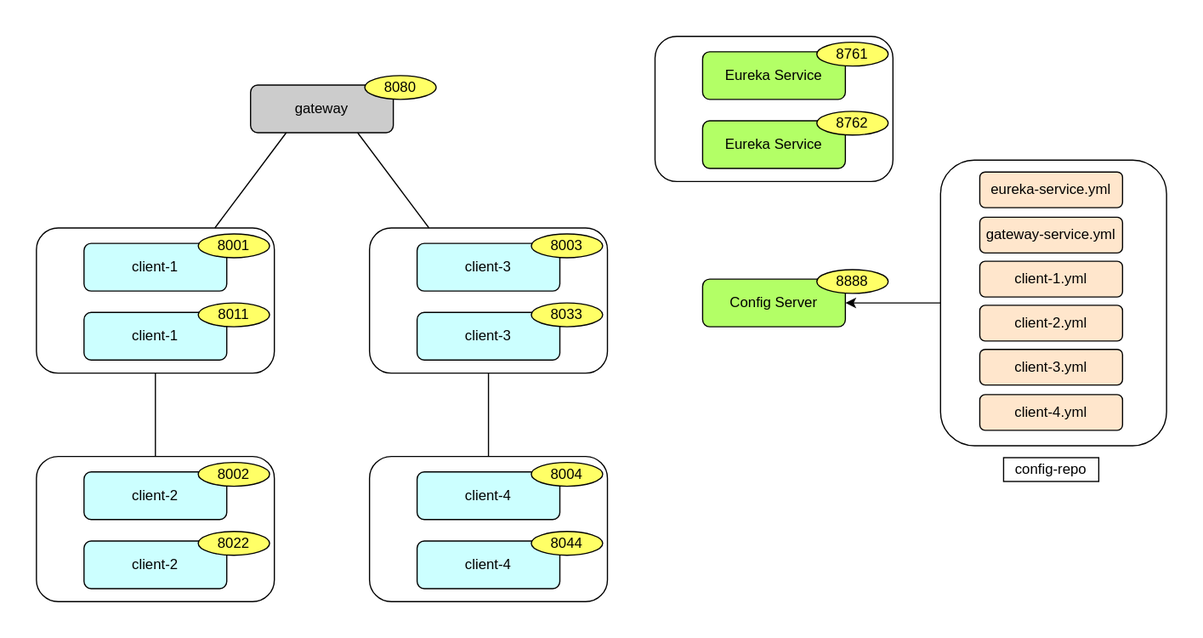
Before: microservice.drawio.svg, a diagram exported from draw.io (masakiii03/microservice-sample). Source tidied: cells renumbered, new cells last; positions are measured from the earlier drawing's top-left corner, leaving out a move shared by most shapes.
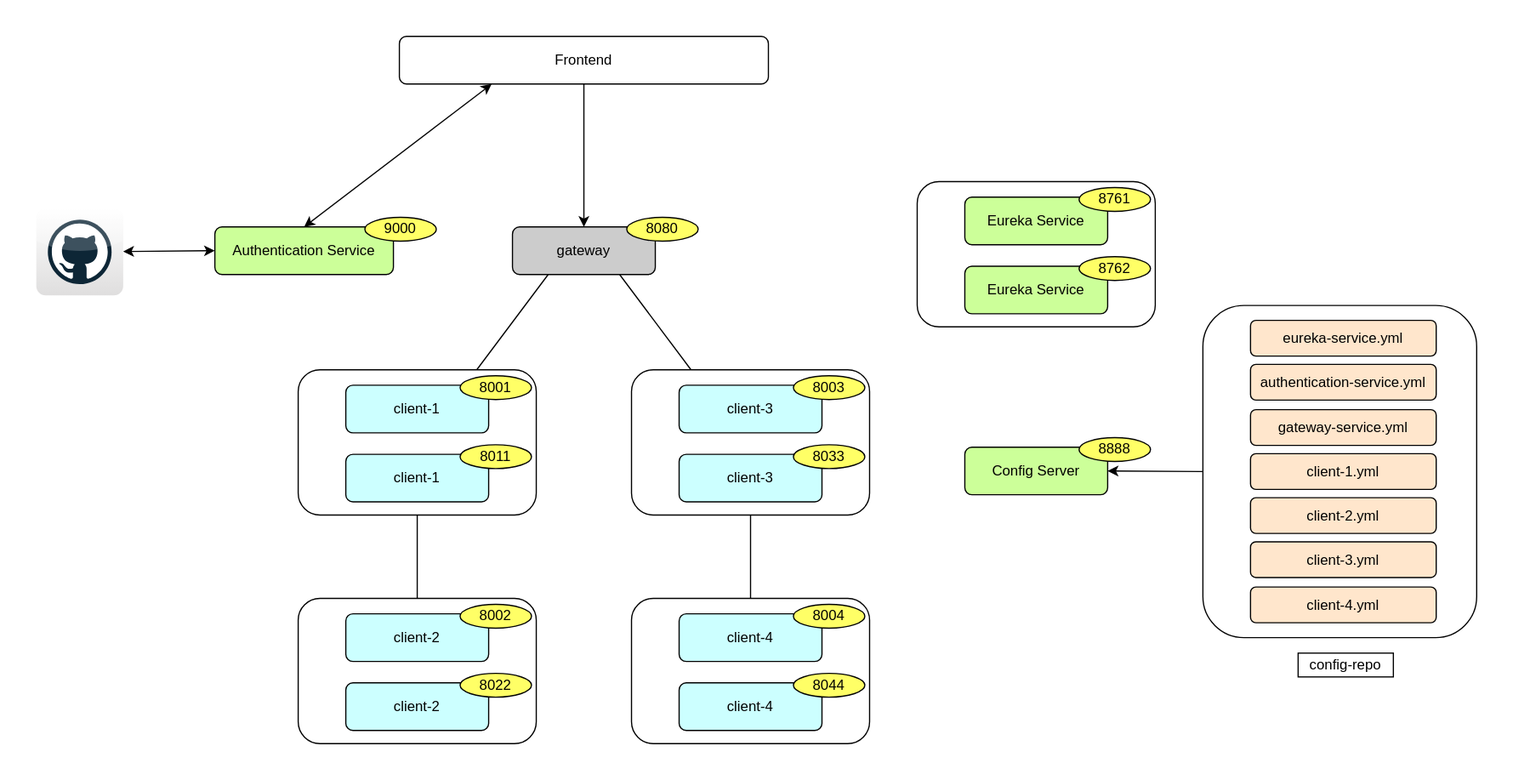
Later version of the same file.

The edit, as a diff of the source:
```diff
@@ -9,19 +9,19 @@
       <mxGeometry x="276" y="33" width="60" height="20" as="geometry" />
     </mxCell>
     <mxCell id="4" style="rounded=1;whiteSpace=wrap;html=1;fillColor=#FFFFFF;" parent="1" vertex="1">
-      <mxGeometry x="520" width="200" height="122" as="geometry" />
+      <mxGeometry x="520" y="3" width="200" height="122" as="geometry" />
     </mxCell>
-    <mxCell id="5" value="Eureka Service" style="rounded=1;whiteSpace=wrap;html=1;fillColor=#B3FF66;" parent="1" vertex="1">
-      <mxGeometry x="560" y="13" width="120" height="40" as="geometry" />
+    <mxCell id="5" value="Eureka Service" style="rounded=1;whiteSpace=wrap;html=1;fillColor=#CCFF99;" parent="1" vertex="1">
+      <mxGeometry x="560" y="16" width="120" height="40" as="geometry" />
     </mxCell>
     <mxCell id="6" value="8761" style="ellipse;whiteSpace=wrap;html=1;fillColor=#FFFF66;" parent="1" vertex="1">
-      <mxGeometry x="656" y="5" width="60" height="20" as="geometry" />
+      <mxGeometry x="656" y="8" width="60" height="20" as="geometry" />
     </mxCell>
-    <mxCell id="7" value="Eureka Service" style="rounded=1;whiteSpace=wrap;html=1;fillColor=#B3FF66;" parent="1" vertex="1">
-      <mxGeometry x="560" y="71" width="120" height="40" as="geometry" />
+    <mxCell id="7" value="Eureka Service" style="rounded=1;whiteSpace=wrap;html=1;fillColor=#CCFF99;" parent="1" vertex="1">
+      <mxGeometry x="560" y="74" width="120" height="40" as="geometry" />
     </mxCell>
     <mxCell id="8" value="8762" style="ellipse;whiteSpace=wrap;html=1;fillColor=#FFFF66;" parent="1" vertex="1">
-      <mxGeometry x="656" y="63" width="60" height="20" as="geometry" />
+      <mxGeometry x="656" y="66" width="60" height="20" as="geometry" />
     </mxCell>
     <mxCell id="9" style="rounded=1;whiteSpace=wrap;html=1;fillColor=#FFFFFF;" parent="1" vertex="1">
       <mxGeometry y="161" width="200" height="122" as="geometry" />
@@ -95,38 +95,62 @@
     <mxCell id="32" style="endArrow=none;html=1;rounded=0;entryX=0.5;entryY=0;entryDx=0;entryDy=0;exitX=0.5;exitY=1;exitDx=0;exitDy=0;" parent="1" edge="1" source="14" target="26">
       <mxGeometry relative="1" as="geometry" />
     </mxCell>
-    <mxCell id="33" value="Config Server" style="rounded=1;whiteSpace=wrap;html=1;fillColor=#B3FF66;" parent="1" vertex="1">
-      <mxGeometry x="560" y="204" width="120" height="40" as="geometry" />
-    </mxCell>
-    <mxCell id="34" value="8888" style="ellipse;whiteSpace=wrap;html=1;fillColor=#FFFF66;" parent="1" vertex="1">
-      <mxGeometry x="656" y="196" width="60" height="20" as="geometry" />
-    </mxCell>
     <mxCell id="35" value="config-repo" style="rounded=0;whiteSpace=wrap;html=1;" parent="1" vertex="1">
-      <mxGeometry x="813" y="354" width="80" height="20" as="geometry" />
+      <mxGeometry x="840" y="399" width="80" height="20" as="geometry" />
     </mxCell>
     <mxCell id="36" style="endArrow=classic;html=1;rounded=0;exitX=0;exitY=0.5;exitDx=0;exitDy=0;entryX=1;entryY=0.5;entryDx=0;entryDy=0;" parent="1" edge="1" source="37" target="33">
       <mxGeometry relative="1" as="geometry" />
     </mxCell>
     <mxCell id="37" style="rounded=1;whiteSpace=wrap;html=1;fillColor=#FFFFFF;" parent="1" vertex="1">
-      <mxGeometry x="760" y="104" width="190" height="240" as="geometry" />
+      <mxGeometry x="760" y="107" width="230" height="279" as="geometry" />
     </mxCell>
+    <mxCell id="40" value="client-1.yml" style="rounded=1;whiteSpace=wrap;html=1;fillColor=#FFE6CC;" parent="1" vertex="1">
+      <mxGeometry x="800" y="231.5" width="156" height="30" as="geometry" />
+    </mxCell>
+    <mxCell id="39" value="gateway-service.yml" style="rounded=1;whiteSpace=wrap;html=1;fillColor=#FFE6CC;" parent="1" vertex="1">
+      <mxGeometry x="800" y="194.5" width="156" height="30" as="geometry" />
+    </mxCell>
     <mxCell id="38" value="eureka-service.yml" style="rounded=1;whiteSpace=wrap;html=1;fillColor=#FFE6CC;" parent="1" vertex="1">
-      <mxGeometry x="793" y="114" width="120" height="30" as="geometry" />
+      <mxGeometry x="800" y="119.5" width="156" height="30" as="geometry" />
     </mxCell>
-    <mxCell id="39" value="gateway-service.yml" style="rounded=1;whiteSpace=wrap;html=1;fillColor=#FFE6CC;" parent="1" vertex="1">
-      <mxGeometry x="793" y="152" width="120" height="30" as="geometry" />
-    </mxCell>
-    <mxCell id="40" value="client-1.yml" style="rounded=1;whiteSpace=wrap;html=1;fillColor=#FFE6CC;" parent="1" vertex="1">
-      <mxGeometry x="793" y="189" width="120" height="30" as="geometry" />
-    </mxCell>
     <mxCell id="41" value="client-2.yml" style="rounded=1;whiteSpace=wrap;html=1;fillColor=#FFE6CC;" parent="1" vertex="1">
-      <mxGeometry x="793" y="226" width="120" height="30" as="geometry" />
+      <mxGeometry x="800" y="268.5" width="156" height="30" as="geometry" />
     </mxCell>
     <mxCell id="42" value="client-3.yml" style="rounded=1;whiteSpace=wrap;html=1;fillColor=#FFE6CC;" parent="1" vertex="1">
-      <mxGeometry x="793" y="263" width="120" height="30" as="geometry" />
+      <mxGeometry x="800" y="305.5" width="156" height="30" as="geometry" />
     </mxCell>
     <mxCell id="43" value="client-4.yml" style="rounded=1;whiteSpace=wrap;html=1;fillColor=#FFE6CC;" parent="1" vertex="1">
-      <mxGeometry x="793" y="301" width="120" height="30" as="geometry" />
+      <mxGeometry x="800" y="343.5" width="156" height="30" as="geometry" />
     </mxCell>
+    <mxCell id="44" value="authentication-service.yml" style="rounded=1;whiteSpace=wrap;html=1;fillColor=#FFE6CC;" parent="1" vertex="1">
+      <mxGeometry x="800" y="156.5" width="156" height="30" as="geometry" />
+    </mxCell>
+    <mxCell id="33" value="Config Server" style="rounded=1;whiteSpace=wrap;html=1;fillColor=#CCFF99;" parent="1" vertex="1">
+      <mxGeometry x="560" y="226" width="120" height="40" as="geometry" />
+    </mxCell>
+    <mxCell id="34" value="8888" style="ellipse;whiteSpace=wrap;html=1;fillColor=#FFFF66;" parent="1" vertex="1">
+      <mxGeometry x="656" y="218" width="60" height="20" as="geometry" />
+    </mxCell>
+    <mxCell id="45" value="Authentication Service" style="rounded=1;whiteSpace=wrap;html=1;fillColor=#CCFF99;" parent="1" vertex="1">
+      <mxGeometry x="-70" y="41" width="150" height="40" as="geometry" />
+    </mxCell>
+    <mxCell id="46" value="9000" style="ellipse;whiteSpace=wrap;html=1;fillColor=#FFFF66;" parent="1" vertex="1">
+      <mxGeometry x="56" y="33" width="60" height="20" as="geometry" />
+    </mxCell>
+    <mxCell id="47" style="edgeStyle=orthogonalEdgeStyle;rounded=0;jettySize=auto;html=1;exitX=0.5;exitY=1;exitDx=0;exitDy=0;entryX=0.5;entryY=0;entryDx=0;entryDy=0;" parent="1" edge="1" source="48" target="2">
+      <mxGeometry relative="1" as="geometry" />
+    </mxCell>
+    <mxCell id="48" value="Frontend" style="rounded=1;whiteSpace=wrap;html=1;fillColor=#FFFFFF;" parent="1" vertex="1">
+      <mxGeometry x="85" y="-119" width="310" height="40" as="geometry" />
+    </mxCell>
+    <mxCell id="49" style="endArrow=classic;startArrow=classic;html=1;rounded=0;exitX=0;exitY=0.5;exitDx=0;exitDy=0;" parent="1" edge="1" source="45" target="50">
+      <mxGeometry relative="1" as="geometry" />
+    </mxCell>
+    <mxCell id="50" style="dashed=0;outlineConnect=0;html=1;align=center;labelPosition=center;verticalLabelPosition=bottom;verticalAlign=top;shape=mxgraph.webicons.github;gradientColor=#DFDEDE;" parent="1" vertex="1">
+      <mxGeometry x="-220" y="25.4" width="73" height="73.2" as="geometry" />
+    </mxCell>
+    <mxCell id="51" style="endArrow=classic;startArrow=classic;html=1;rounded=0;entryX=0.5;entryY=0;entryDx=0;entryDy=0;exitX=0.25;exitY=1;exitDx=0;exitDy=0;" parent="1" edge="1" source="48" target="45">
+      <mxGeometry relative="1" as="geometry" />
+    </mxCell>
   </root>
 </mxGraphModel>
```
